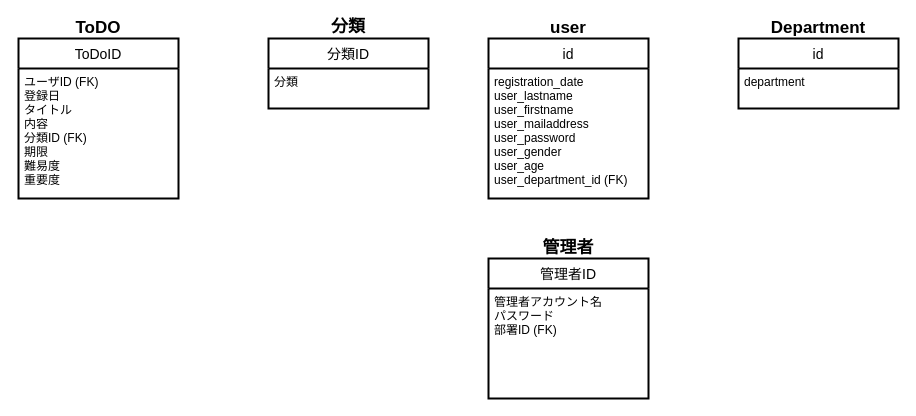
Earlier version of the draw.io diagram portfolio03/01/requirement_definition/er/portfolio03_01_er_physical.drawio (RRRYOOO/portfolio). Source tidied: cells renumbered, new cells numbered last; positions are measured from the earlier drawing's top-left corner, leaving out a move shared by most shapes. Both pictures are drawn from the tidied source at 100%, with x=0, y=0 at pixel (18, 17).
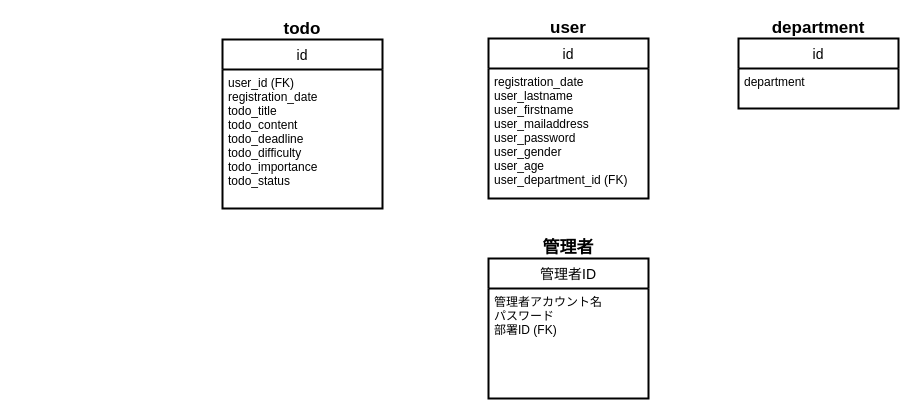
The same diagram, later.

Commit message (it also covers changes not shown here):
changed the name of table for todo.

What changed in the source:
```diff
@@
 <mxGraphModel>
   <root>
     <mxCell id="0" />
     <mxCell id="1" parent="0" />
     <mxCell id="2" value="id" style="swimlane;horizontal=1;startSize=30;rounded=0;fontSize=14;fontStyle=0;strokeWidth=2;shadow=0;dashed=0;align=center;" parent="1" vertex="1">
       <mxGeometry x="470" y="21" width="160" height="160" as="geometry" />
     </mxCell>
     <mxCell id="3" value="registration_date&#10;user_lastname&#10;user_firstname&#10;user_mailaddress&#10;user_password&#10;user_gender&#10;user_age&#10;user_department_id (FK)" style="align=left;strokeColor=none;fillColor=none;spacingLeft=4;fontSize=12;verticalAlign=top;" parent="2" vertex="1">
       <mxGeometry y="30" width="160" height="130" as="geometry" />
     </mxCell>
     <mxCell id="4" value="id" style="swimlane;horizontal=1;startSize=30;rounded=0;fontSize=14;fontStyle=0;strokeWidth=2;shadow=0;dashed=0;align=center;" parent="1" vertex="1">
       <mxGeometry x="720" y="21" width="160" height="70" as="geometry" />
     </mxCell>
     <mxCell id="5" value="department" style="align=left;strokeColor=none;fillColor=none;spacingLeft=4;fontSize=12;verticalAlign=top;" parent="4" vertex="1">
       <mxGeometry y="30" width="160" height="40" as="geometry" />
     </mxCell>
     <mxCell id="6" value="管理者ID" style="swimlane;horizontal=1;startSize=30;rounded=0;fontSize=14;fontStyle=0;strokeWidth=2;shadow=0;dashed=0;align=center;" parent="1" vertex="1">
       <mxGeometry x="470" y="241" width="160" height="140" as="geometry" />
     </mxCell>
     <mxCell id="7" value="管理者アカウント名&#10;パスワード&#10;部署ID (FK)" style="align=left;strokeColor=none;fillColor=none;spacingLeft=4;fontSize=12;verticalAlign=top;" parent="6" vertex="1">
       <mxGeometry y="30" width="160" height="110" as="geometry" />
     </mxCell>
     <mxCell id="8" style="group;" parent="1" vertex="1">
-      <mxGeometry y="1" width="160" height="180" as="geometry" />
+      <mxGeometry x="204" y="1" width="160" height="190" as="geometry" />
     </mxCell>
-    <mxCell id="9" value="ToDoID" style="swimlane;horizontal=1;startSize=30;rounded=0;fontSize=14;fontStyle=0;strokeWidth=2;shadow=0;dashed=0;align=center;" parent="8" vertex="1">
-      <mxGeometry y="20" width="160" height="160" as="geometry" />
+    <mxCell id="9" value="id" style="swimlane;horizontal=1;startSize=30;rounded=0;fontSize=14;fontStyle=0;strokeWidth=2;shadow=0;dashed=0;align=center;" parent="8" vertex="1">
+      <mxGeometry y="21.1" width="160" height="168.9" as="geometry" />
     </mxCell>
-    <mxCell id="10" value="ユーザID (FK)&#10;登録日&#10;タイトル&#10;内容&#10;分類ID (FK)&#10;期限&#10;難易度&#10;重要度&#10;" style="align=left;strokeColor=none;fillColor=none;spacingLeft=4;fontSize=12;verticalAlign=top;" parent="9" vertex="1">
-      <mxGeometry y="30" width="160" height="130" as="geometry" />
+    <mxCell id="10" value="user_id (FK)&#10;registration_date&#10;todo_title&#10;todo_content&#10;todo_deadline&#10;todo_difficulty&#10;todo_importance&#10;todo_status" style="align=left;strokeColor=none;fillColor=none;spacingLeft=4;fontSize=12;verticalAlign=top;" parent="9" vertex="1">
+      <mxGeometry y="30" width="160" height="138.9" as="geometry" />
     </mxCell>
-    <mxCell id="11" value="ToDO" style="text;html=1;strokeColor=none;fillColor=none;align=center;verticalAlign=middle;whiteSpace=wrap;rounded=0;fontSize=17;fontStyle=1;" parent="8" vertex="1">
-      <mxGeometry x="60" width="40" height="20" as="geometry" />
+    <mxCell id="11" value="todo" style="text;html=1;strokeColor=none;fillColor=none;align=center;verticalAlign=middle;whiteSpace=wrap;rounded=0;fontSize=17;fontStyle=1;" parent="8" vertex="1">
+      <mxGeometry x="60" width="40" height="21.1" as="geometry" />
     </mxCell>
-    <mxCell id="12" style="group;" parent="1" vertex="1">
-      <mxGeometry x="250" width="160" height="91" as="geometry" />
-    </mxCell>
-    <mxCell id="13" value="分類ID" style="swimlane;horizontal=1;startSize=30;rounded=0;fontSize=14;fontStyle=0;strokeWidth=2;shadow=0;dashed=0;align=center;" parent="12" vertex="1">
-      <mxGeometry y="21" width="160" height="70" as="geometry" />
-    </mxCell>
-    <mxCell id="14" value="分類&#10;" style="align=left;strokeColor=none;fillColor=none;spacingLeft=4;fontSize=12;verticalAlign=top;" parent="13" vertex="1">
-      <mxGeometry y="30" width="160" height="40" as="geometry" />
-    </mxCell>
-    <mxCell id="15" value="分類" style="text;html=1;strokeColor=none;fillColor=none;align=center;verticalAlign=middle;whiteSpace=wrap;rounded=0;fontSize=17;fontStyle=1;" parent="12" vertex="1">
-      <mxGeometry x="60" width="40" height="20" as="geometry" />
-    </mxCell>
     <mxCell id="16" value="user" style="text;html=1;strokeColor=none;fillColor=none;align=center;verticalAlign=middle;whiteSpace=wrap;rounded=0;fontSize=17;fontStyle=1;" parent="1" vertex="1">
       <mxGeometry x="520" y="1" width="60" height="20" as="geometry" />
     </mxCell>
     <mxCell id="17" value="管理者" style="text;html=1;strokeColor=none;fillColor=none;align=center;verticalAlign=middle;whiteSpace=wrap;rounded=0;fontSize=17;fontStyle=1;" parent="1" vertex="1">
       <mxGeometry x="520" y="221" width="60" height="20" as="geometry" />
     </mxCell>
-    <mxCell id="18" value="Department" style="text;html=1;strokeColor=none;fillColor=none;align=center;verticalAlign=middle;whiteSpace=wrap;rounded=0;fontSize=17;fontStyle=1;" parent="1" vertex="1">
+    <mxCell id="18" value="department" style="text;html=1;strokeColor=none;fillColor=none;align=center;verticalAlign=middle;whiteSpace=wrap;rounded=0;fontSize=17;fontStyle=1;" parent="1" vertex="1">
       <mxGeometry x="770" y="1" width="60" height="20" as="geometry" />
     </mxCell>
   </root>
 </mxGraphModel>
```
